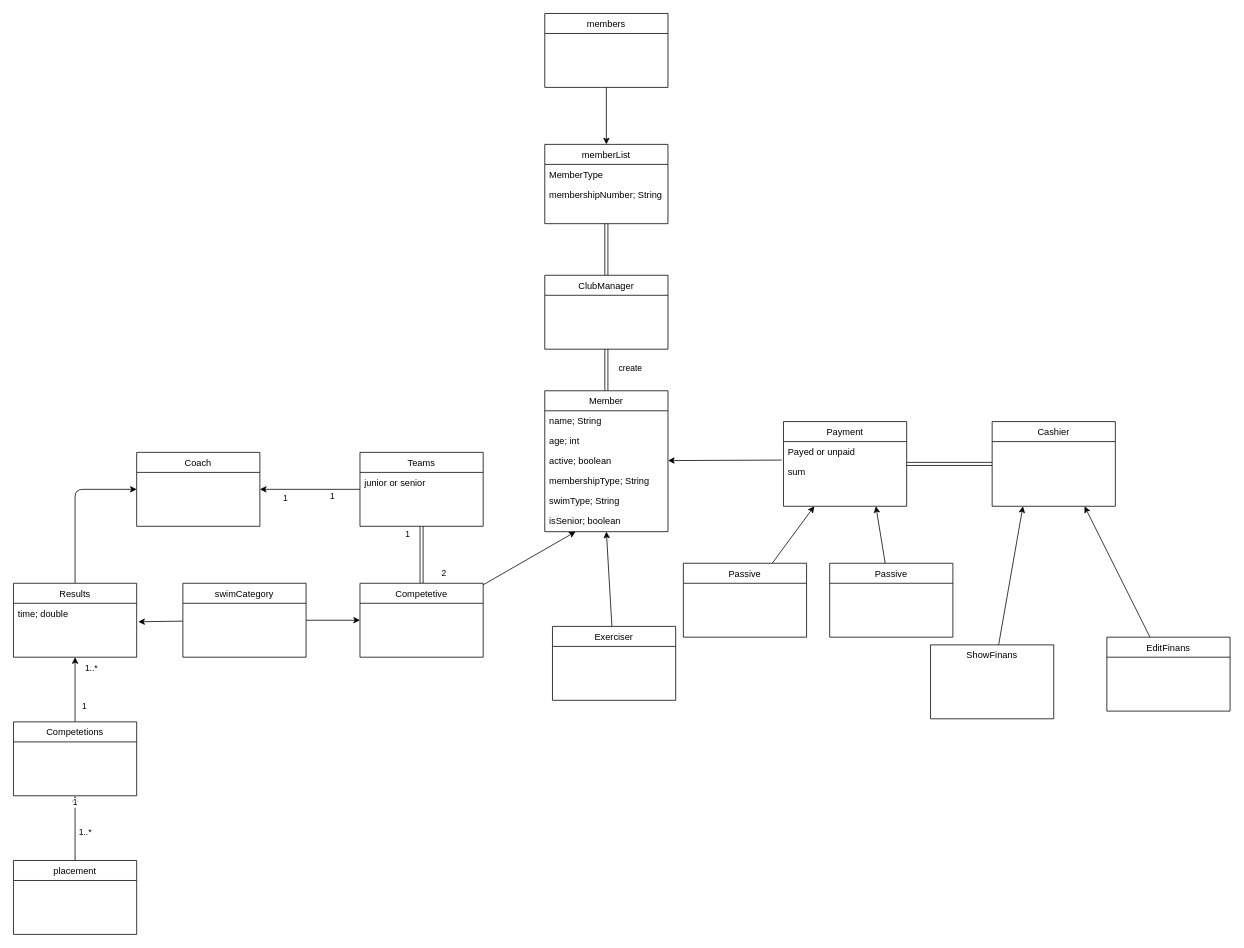
MarcusFN/DelfinenProject keeps this draw.io diagram as Delfine Domænemodel.drawio. Above is the earlier version. Source tidied: cells renumbered, new cells numbered last; positions are measured from the earlier drawing's top-left corner, leaving out a move shared by most shapes. Both pictures are drawn from the tidied source at 77%, with x=0, y=0 at pixel (13, 13).
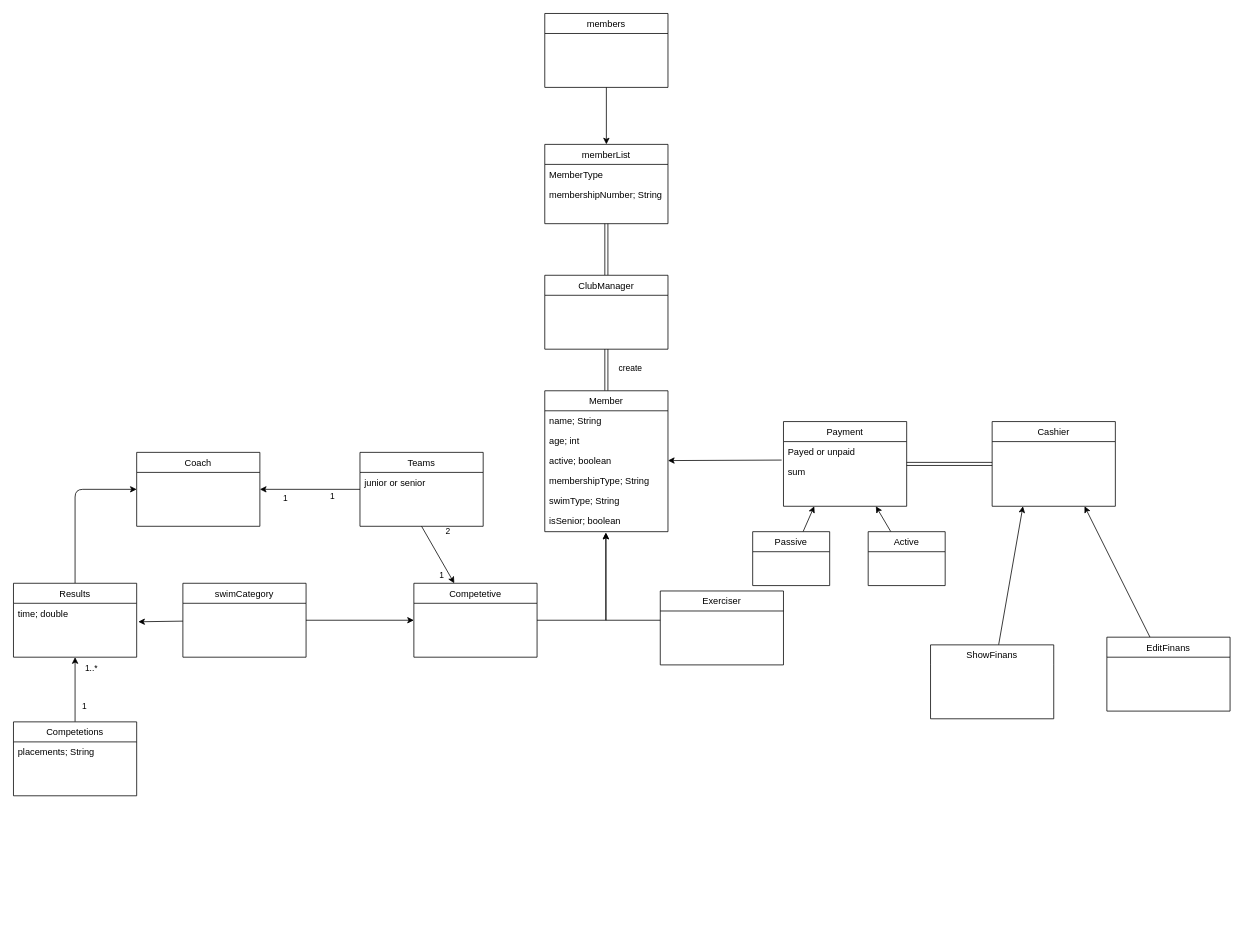
Above is the later version.

Unchanged cells that the change refers to:
```xml
<mxCell id="4" value="Member" style="swimlane;fontStyle=0;align=center;verticalAlign=top;horizontal=1;startSize=26;rounded=0;shadow=0;strokeWidth=1;" parent="1" vertex="1">
  <mxGeometry x="690" y="490" width="160" height="183" as="geometry" />
</mxCell>
<mxCell id="10" value="isSenior; boolean" style="text;align=left;verticalAlign=top;spacingLeft=4;spacingRight=4;overflow=hidden;points=[[0,0.5],[1,0.5]];portConstraint=eastwest;" parent="4" vertex="1">
  <mxGeometry y="156" width="160" height="26" as="geometry" />
</mxCell>
<mxCell id="46" value="Competetions" style="swimlane;fontStyle=0;align=center;verticalAlign=top;horizontal=1;startSize=26;rounded=0;shadow=0;strokeWidth=1;" parent="1" vertex="1">
  <mxGeometry y="920" width="160" height="96" as="geometry" />
</mxCell>
<mxCell id="50" value="Teams" style="swimlane;fontStyle=0;align=center;verticalAlign=top;horizontal=1;startSize=26;rounded=0;shadow=0;strokeWidth=1;" parent="1" vertex="1">
  <mxGeometry x="450" y="570" width="160" height="96" as="geometry" />
</mxCell>
```

What changed in the source:
```diff
@@
-    <mxCell id="15" style="edgeStyle=none;rounded=1;jettySize=auto;html=1;entryX=0.25;entryY=1;entryDx=0;entryDy=0;" parent="1" edge="1" source="19" target="4">
-      <mxGeometry relative="1" as="geometry" />
-    </mxCell>
-    <mxCell id="16" style="edgeStyle=none;shape=link;rounded=1;jettySize=auto;html=1;entryX=0.5;entryY=1;entryDx=0;entryDy=0;" parent="1" edge="1" source="19" target="50">
+    <mxCell id="16" style="edgeStyle=none;rounded=1;jettySize=auto;html=1;exitX=0.5;exitY=1;exitDx=0;exitDy=0;" parent="1" edge="1" source="50" target="19">
       <mxGeometry relative="1" as="geometry" />
     </mxCell>
@@
+    <mxCell id="61" style="edgeStyle=orthogonalEdgeStyle;rounded=0;jettySize=auto;html=1;entryX=0.496;entryY=1.09;entryDx=0;entryDy=0;entryPerimeter=0;" parent="1" edge="1" source="19" target="10">
+      <mxGeometry relative="1" as="geometry">
+        <Array as="points">
+          <mxPoint x="769" y="788" />
+        </Array>
+      </mxGeometry>
+    </mxCell>
     <mxCell id="19" value="Competetive" style="swimlane;fontStyle=0;align=center;verticalAlign=top;horizontal=1;startSize=26;rounded=0;shadow=0;strokeWidth=1;" parent="1" vertex="1">
-      <mxGeometry x="450" y="740" width="160" height="96" as="geometry" />
+      <mxGeometry x="520" y="740" width="160" height="96" as="geometry" />
     </mxCell>
@@
     <mxCell id="21" value="Passive" style="swimlane;fontStyle=0;align=center;verticalAlign=top;horizontal=1;startSize=26;rounded=0;shadow=0;strokeWidth=1;" parent="1" vertex="1">
-      <mxGeometry x="870" y="714" width="160" height="96" as="geometry" />
+      <mxGeometry x="960" y="673" width="100" height="70" as="geometry" />
     </mxCell>
-    <mxCell id="22" style="edgeStyle=none;rounded=1;jettySize=auto;html=1;entryX=0.5;entryY=1;entryDx=0;entryDy=0;" parent="1" edge="1" source="23" target="4">
-      <mxGeometry relative="1" as="geometry" />
-    </mxCell>
+    <mxCell id="62" style="edgeStyle=orthogonalEdgeStyle;rounded=0;jettySize=auto;html=1;entryX=0.496;entryY=1.09;entryDx=0;entryDy=0;entryPerimeter=0;" parent="1" edge="1" source="23" target="10">
+      <mxGeometry relative="1" as="geometry">
+        <Array as="points">
+          <mxPoint x="770" y="788" />
+        </Array>
+      </mxGeometry>
+    </mxCell>
     <mxCell id="23" value="Exerciser" style="swimlane;fontStyle=0;align=center;verticalAlign=top;horizontal=1;startSize=26;rounded=0;shadow=0;strokeWidth=1;" parent="1" vertex="1">
-      <mxGeometry x="700" y="796" width="160" height="96" as="geometry" />
+      <mxGeometry x="840" y="750" width="160" height="96" as="geometry" />
     </mxCell>
@@
+    <mxCell id="63" value="placements; String" style="text;align=left;verticalAlign=top;spacingLeft=4;spacingRight=4;overflow=hidden;" parent="46" vertex="1">
+      <mxGeometry y="26" width="160" height="26" as="geometry" />
+    </mxCell>
@@
-    <mxCell id="53" style="edgeStyle=none;rounded=1;jettySize=auto;html=1;entryX=0.5;entryY=1;entryDx=0;entryDy=0;" parent="1" edge="1" source="56" target="46">
-      <mxGeometry relative="1" as="geometry" />
-    </mxCell>
-    <mxCell id="54" value="1..*" style="edgeLabel;html=1;align=center;verticalAlign=middle;" parent="53" vertex="1">
-      <mxGeometry x="-0.44" y="1" relative="1" as="geometry">
-        <mxPoint x="13" y="-13" as="offset" />
-      </mxGeometry>
-    </mxCell>
-    <mxCell id="55" value="1" style="edgeLabel;html=1;align=center;verticalAlign=middle;" parent="53" vertex="1">
-      <mxGeometry x="0.6" y="1" relative="1" as="geometry">
-        <mxPoint y="-9" as="offset" />
-      </mxGeometry>
-    </mxCell>
-    <mxCell id="56" value="placement" style="swimlane;fontStyle=0;align=center;verticalAlign=top;horizontal=1;startSize=26;rounded=0;shadow=0;strokeWidth=1;" parent="1" vertex="1">
-      <mxGeometry y="1100" width="160" height="96" as="geometry" />
-    </mxCell>
@@
-    <mxCell id="60" value="Passive" style="swimlane;fontStyle=0;align=center;verticalAlign=top;horizontal=1;startSize=26;rounded=0;shadow=0;strokeWidth=1;" parent="1" vertex="1">
-      <mxGeometry x="1060" y="714" width="160" height="96" as="geometry" />
+    <mxCell id="60" value="Active" style="swimlane;fontStyle=0;align=center;verticalAlign=top;horizontal=1;startSize=26;rounded=0;shadow=0;strokeWidth=1;" parent="1" vertex="1">
+      <mxGeometry x="1110" y="673" width="100" height="70" as="geometry" />
     </mxCell>
```
